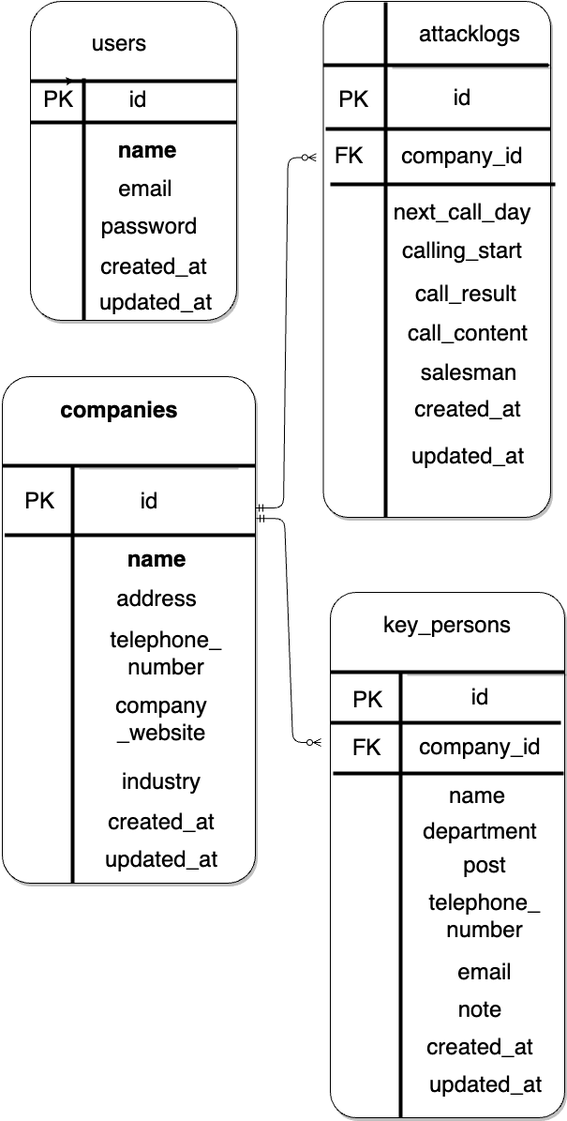
The draw.io diagram er .drawio.png in omegamaster86/calling, before a commit. Source tidied: cells renumbered, new cells last; positions are measured from the earlier drawing's top-left corner, leaving out a move shared by most shapes.
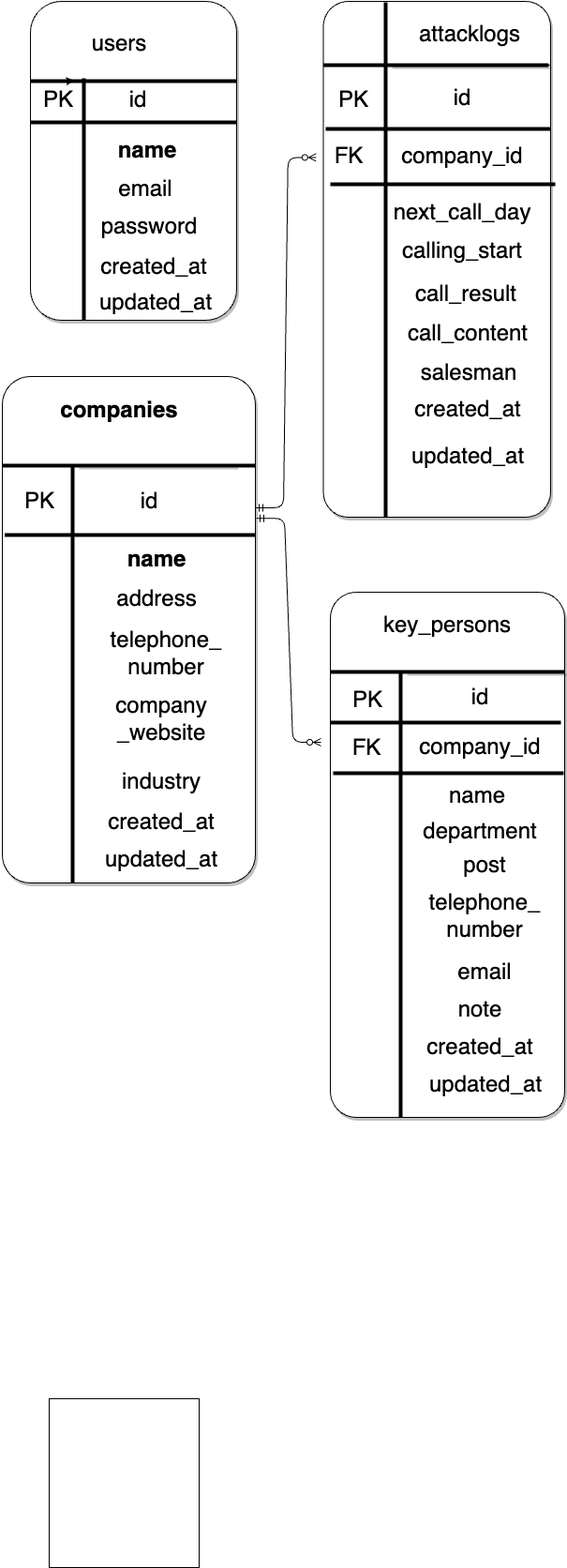
After the change.

Change to the diagram source:
```diff
@@ -210,5 +210,8 @@
     <mxCell id="68" value="industry" style="text;strokeColor=none;align=center;fillColor=none;html=1;verticalAlign=middle;whiteSpace=wrap;rounded=0;fontSize=24;" parent="1" vertex="1">
       <mxGeometry x="140" y="817" width="60" height="30" as="geometry" />
     </mxCell>
+    <mxCell id="69" style="rounded=0;whiteSpace=wrap;html=1;" parent="1" vertex="1">
+      <mxGeometry x="50" y="1490" width="160" height="180" as="geometry" />
+    </mxCell>
   </root>
 </mxGraphModel>
```
